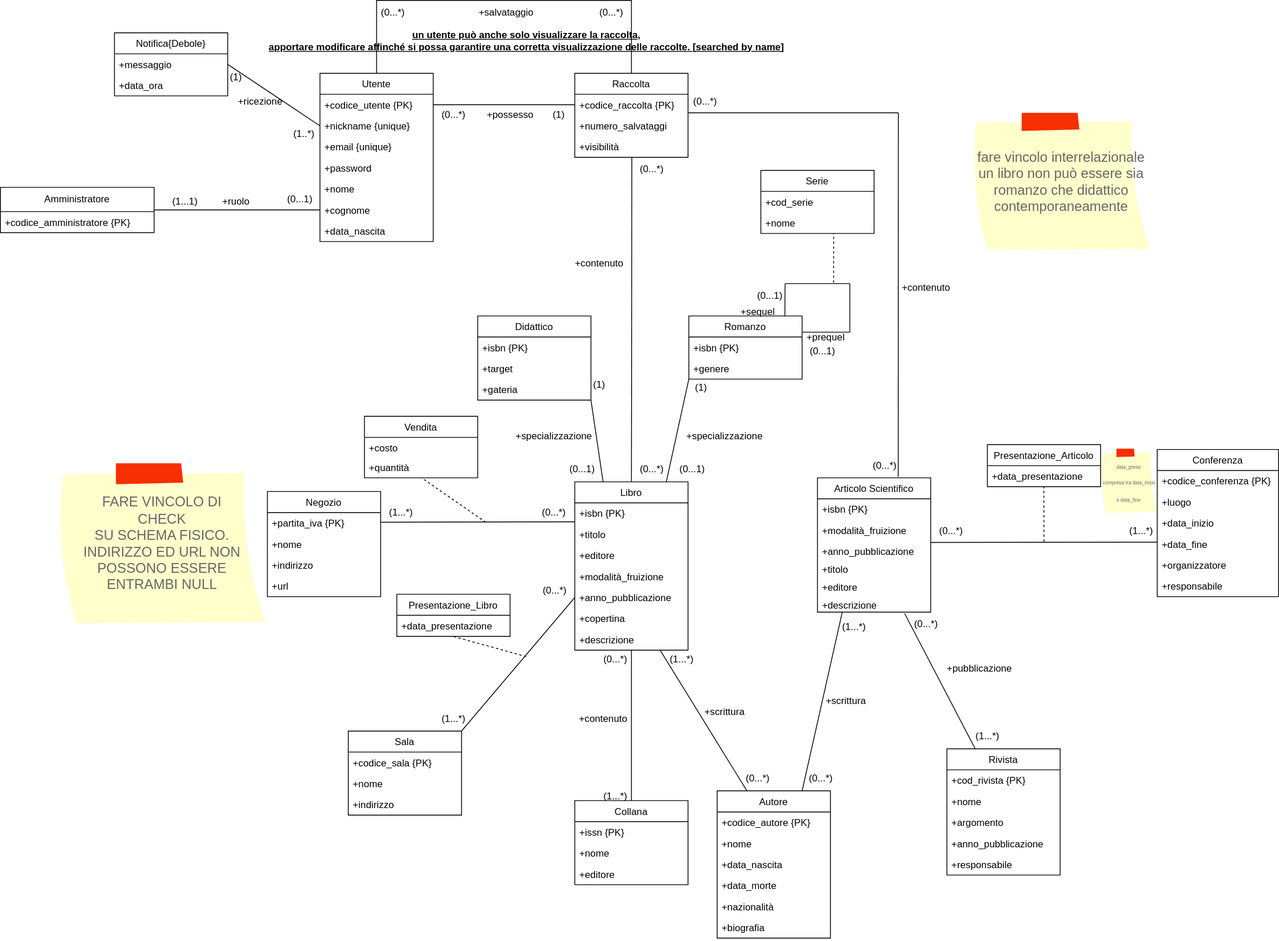
Above: progettazione_concettuale/Modello_Concettuale_Ristrutturato.drawio.svg in m3tt0/Progetto_OB_BASI (draw.io), before the change. Source tidied: cells renumbered, new cells last; positions are measured from the earlier drawing's top-left corner, leaving out a move shared by most shapes.
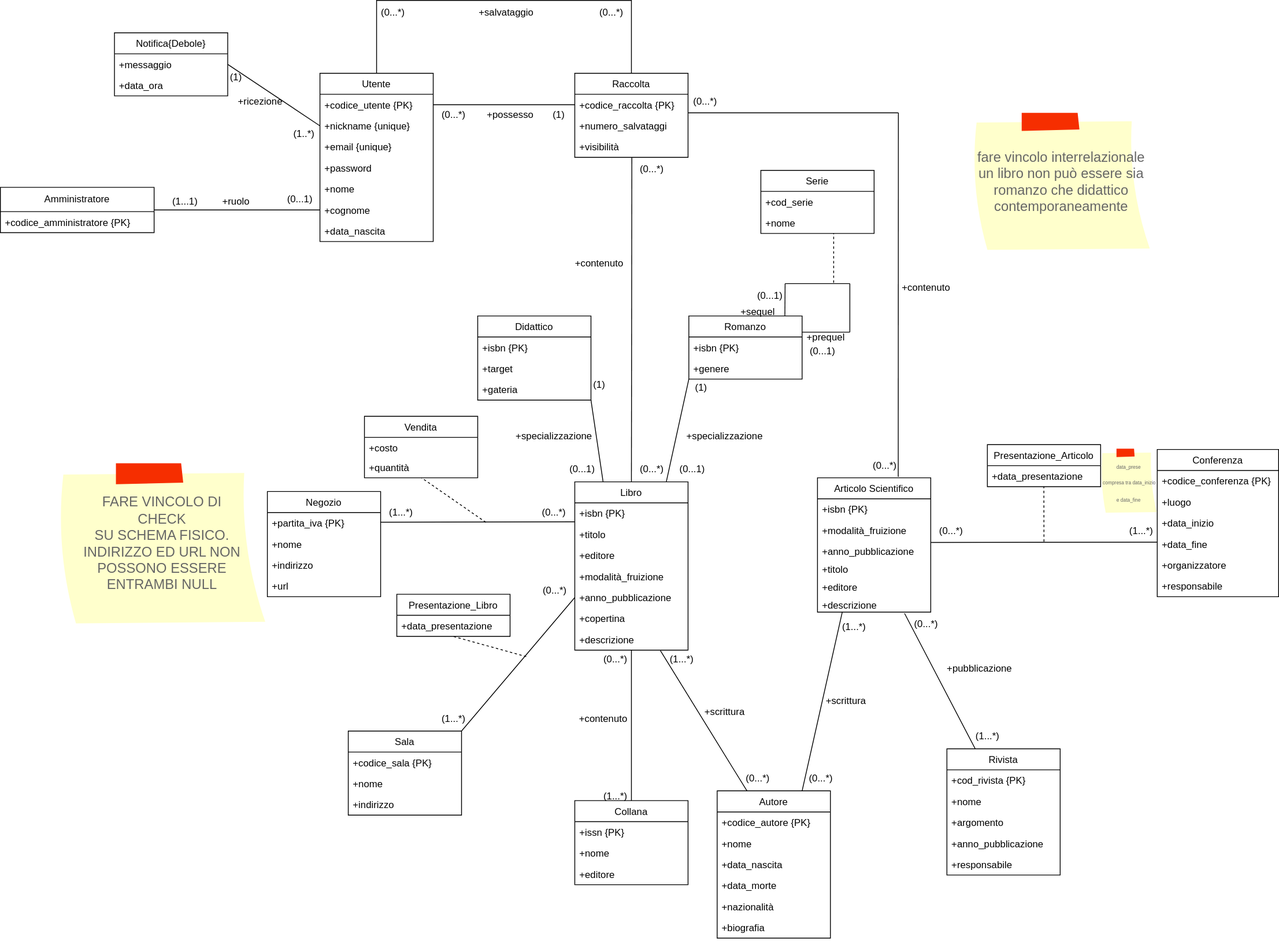
After the change.

Diff of the diagram source:
```diff
@@ -504,8 +504,5 @@
     <mxCell id="158" value="+contenuto" style="text;html=1;align=center;verticalAlign=middle;strokeColor=none;fillColor=none;rotation=0;" parent="1" vertex="1">
       <mxGeometry x="1104" y="340" width="80" height="30" as="geometry" />
     </mxCell>
-    <mxCell id="159" value="&lt;b&gt;&lt;u&gt;un utente può anche solo visualizzare la raccolta,&lt;br&gt;apportare modificare affinché si possa garantire una corretta visualizzazione delle raccolte. [searched by name]&lt;/u&gt;&lt;/b&gt;" style="text;html=1;align=center;verticalAlign=middle;strokeColor=none;fillColor=none;" parent="1" vertex="1">
-      <mxGeometry x="320" y="30" width="660" height="40" as="geometry" />
-    </mxCell>
   </root>
 </mxGraphModel>
```
